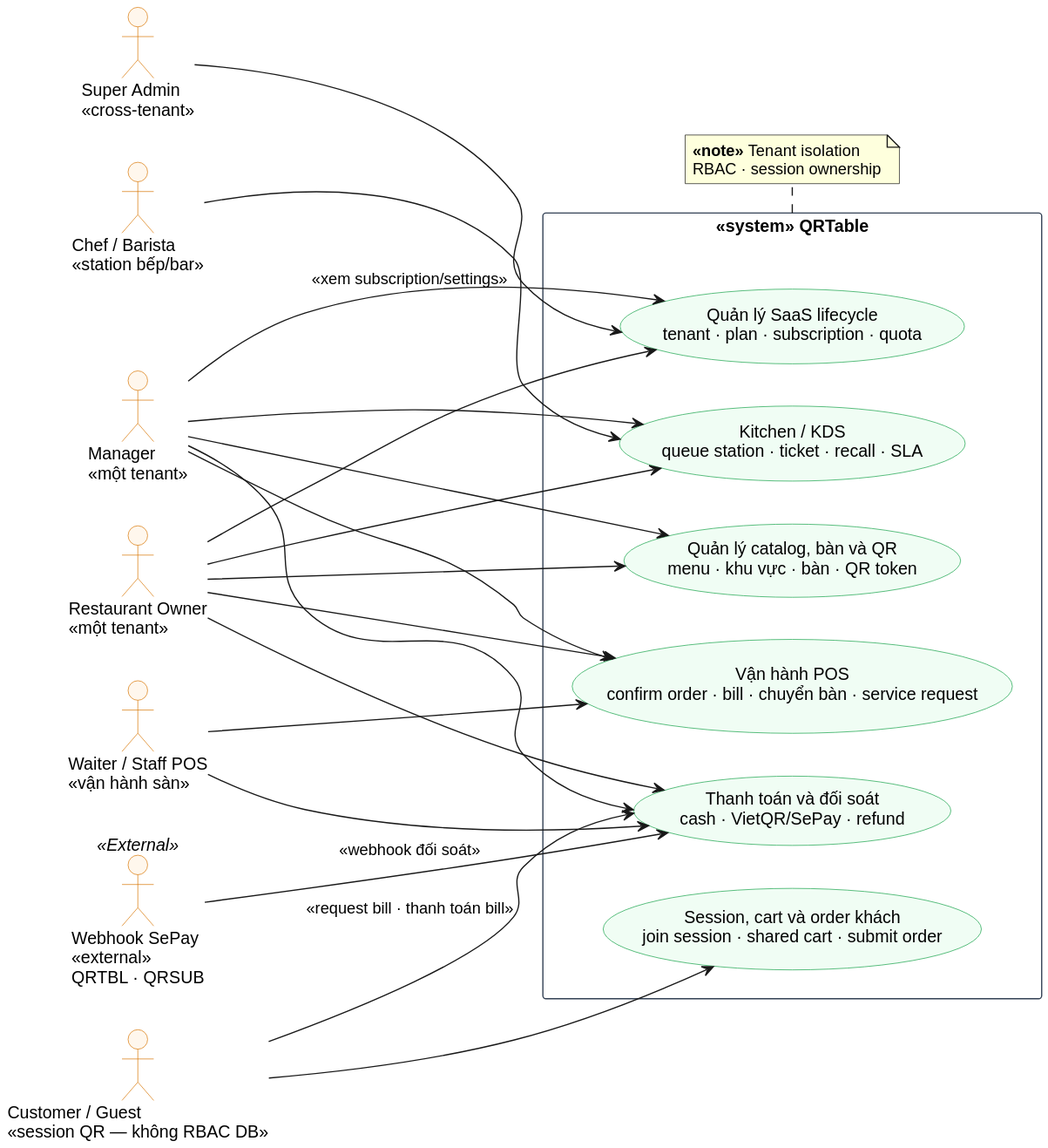
The PlantUML diagram docs/graduation-thesis-resources/thesis-report/assets/figures/chapter3-actor-use-case-overview.svg in quan-vo-dinh/saas-pos-microservices-qrtable, before a commit.
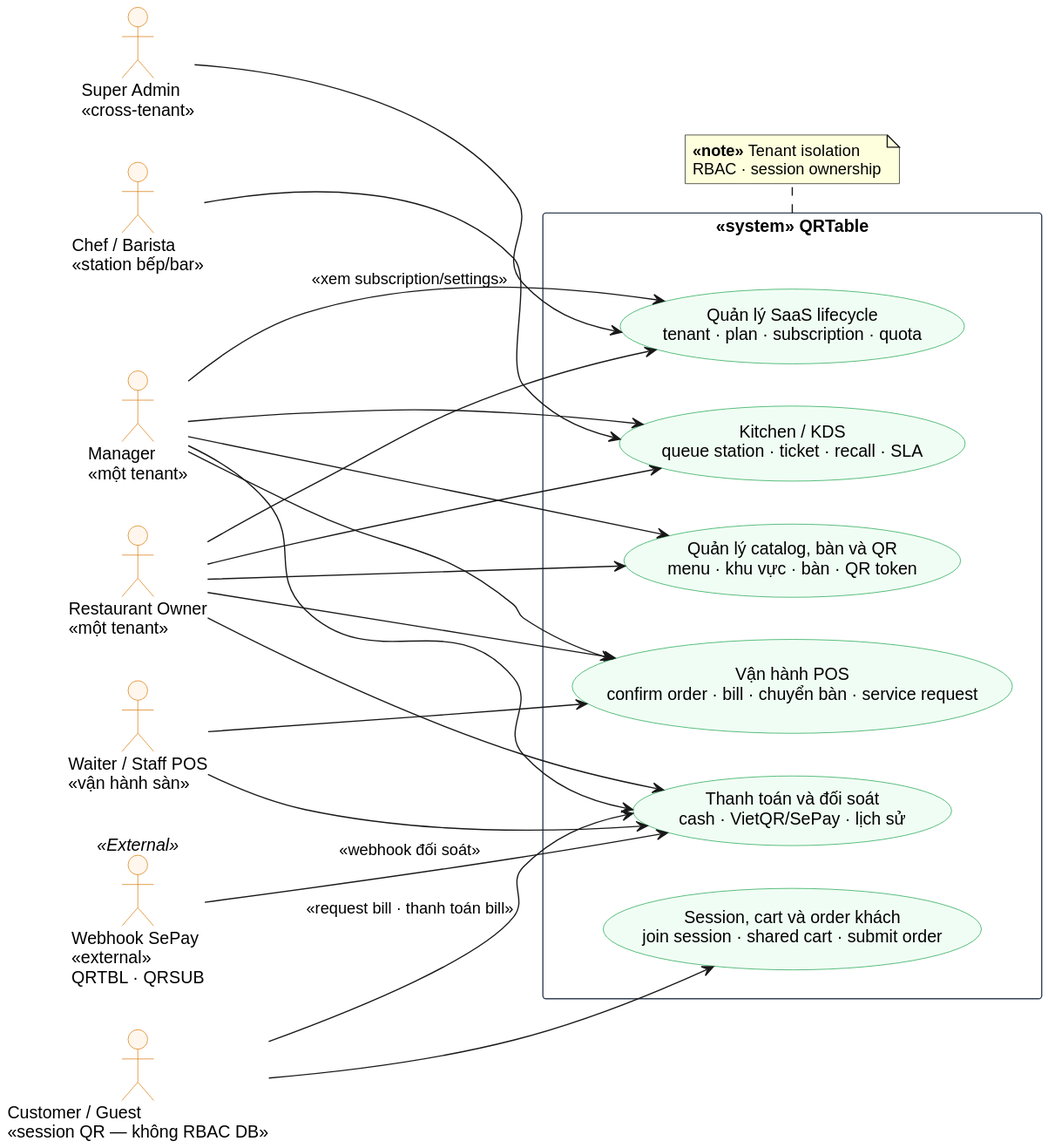
The same diagram one commit later.

What changed in the source:
```diff
@@ -31,7 +31,7 @@
   usecase "Session, cart và order khách\njoin session · shared cart · submit order" as UC_Ordering
   usecase "Vận hành POS\nconfirm order · bill · chuyển bàn · service request" as UC_Pos
   usecase "Kitchen / KDS\nqueue station · ticket · recall · SLA" as UC_Kds
-  usecase "Thanh toán và đối soát\ncash · VietQR/SePay · refund" as UC_Payment
+  usecase "Thanh toán và đối soát\ncash · VietQR/SePay · lịch sử" as UC_Payment
 }
 
 actor "Customer / Guest\n<<session QR — không RBAC DB>>" as Customer
```
